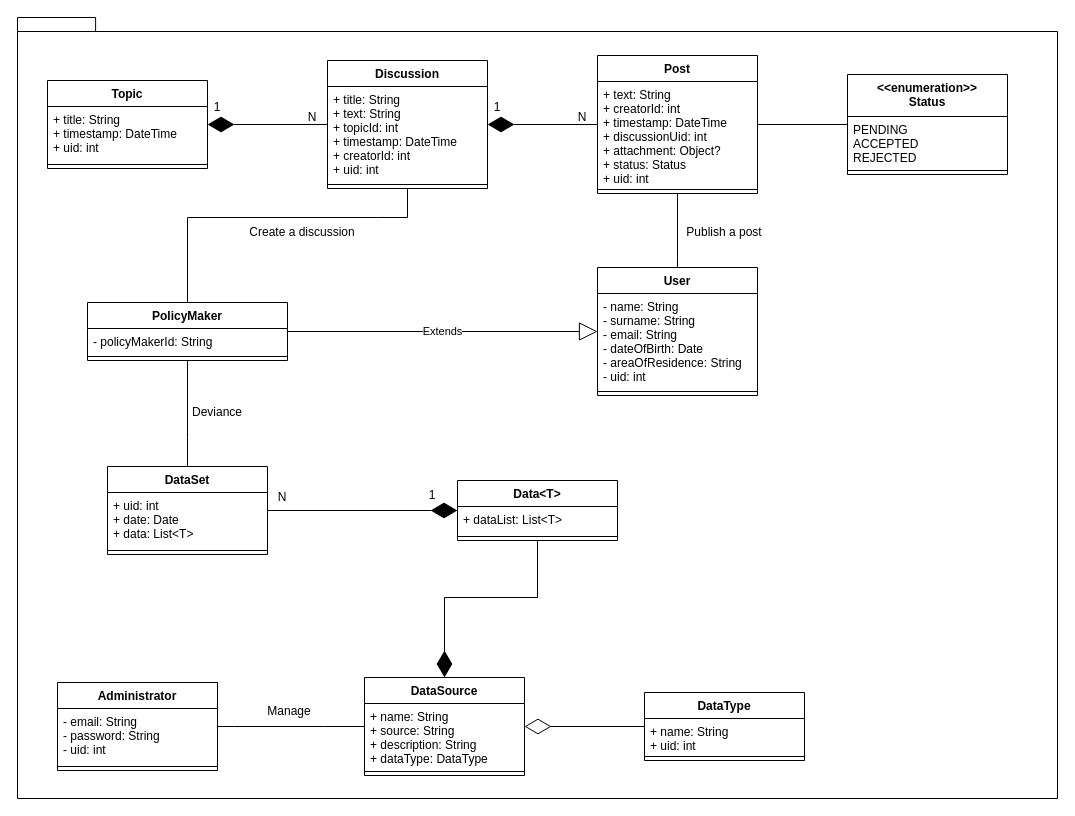
Above: Use cases diagram/ClassDiagram.drawio in matteovisotto/SE2-CecchettoSirianiVisotto (draw.io), before the change. Source tidied: cells renumbered, new cells numbered last; positions are measured from the earlier drawing's top-left corner, leaving out a move shared by most shapes. Both pictures are drawn from the tidied source at 100%, with x=0, y=0 at pixel (17, 17).
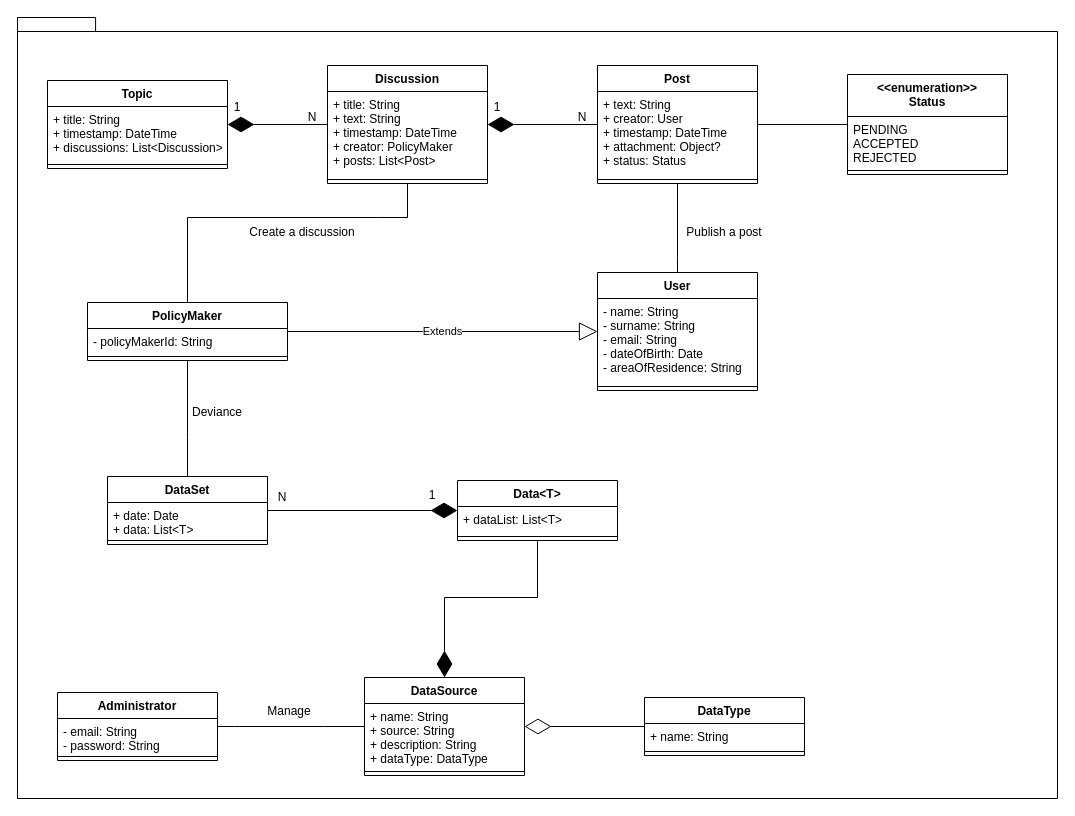
After the change.

Commit message (it also covers changes not shown here):
Update alloy and class diagram.

Diff of the diagram source:
```diff
@@
     <mxCell id="3" value="User" style="swimlane;fontStyle=1;align=center;verticalAlign=top;horizontal=1;startSize=26;" parent="1" vertex="1">
-      <mxGeometry x="580" y="250" width="160" height="128" as="geometry" />
+      <mxGeometry x="580" y="255" width="160" height="118" as="geometry" />
     </mxCell>
-    <mxCell id="4" value="- name: String&#10;- surname: String&#10;- email: String&#10;- dateOfBirth: Date&#10;- areaOfResidence: String&#10;- uid: int" style="text;strokeColor=none;fillColor=none;align=left;verticalAlign=top;spacingLeft=4;spacingRight=4;overflow=hidden;" parent="3" vertex="1">
-      <mxGeometry y="26" width="160" height="94" as="geometry" />
+    <mxCell id="4" value="- name: String&#10;- surname: String&#10;- email: String&#10;- dateOfBirth: Date&#10;- areaOfResidence: String" style="text;strokeColor=none;fillColor=none;align=left;verticalAlign=top;spacingLeft=4;spacingRight=4;overflow=hidden;" parent="3" vertex="1">
+      <mxGeometry y="26" width="160" height="84" as="geometry" />
     </mxCell>
     <mxCell id="5" style="line;strokeWidth=1;fillColor=none;align=left;verticalAlign=middle;spacingTop=-1;spacingLeft=3;spacingRight=3;labelPosition=right;" parent="3" vertex="1">
-      <mxGeometry y="120" width="160" height="8" as="geometry" />
+      <mxGeometry y="110" width="160" height="8" as="geometry" />
     </mxCell>
@@
     <mxCell id="9" value="Administrator" style="swimlane;fontStyle=1;align=center;verticalAlign=top;horizontal=1;startSize=26;" parent="1" vertex="1">
-      <mxGeometry x="40" y="665" width="160" height="88" as="geometry" />
+      <mxGeometry x="40" y="675" width="160" height="68" as="geometry" />
     </mxCell>
-    <mxCell id="10" value="- email: String&#10;- password: String&#10;- uid: int" style="text;strokeColor=none;fillColor=none;align=left;verticalAlign=top;spacingLeft=4;spacingRight=4;overflow=hidden;" parent="9" vertex="1">
-      <mxGeometry y="26" width="160" height="54" as="geometry" />
+    <mxCell id="10" value="- email: String&#10;- password: String" style="text;strokeColor=none;fillColor=none;align=left;verticalAlign=top;spacingLeft=4;spacingRight=4;overflow=hidden;" parent="9" vertex="1">
+      <mxGeometry y="26" width="160" height="34" as="geometry" />
     </mxCell>
     <mxCell id="11" style="line;strokeWidth=1;fillColor=none;align=left;verticalAlign=middle;spacingTop=-1;spacingLeft=3;spacingRight=3;labelPosition=right;" parent="9" vertex="1">
-      <mxGeometry y="80" width="160" height="8" as="geometry" />
+      <mxGeometry y="60" width="160" height="8" as="geometry" />
     </mxCell>
@@
     <mxCell id="13" value="Post" style="swimlane;fontStyle=1;align=center;verticalAlign=top;horizontal=1;startSize=26;" parent="1" vertex="1">
-      <mxGeometry x="580" y="38" width="160" height="138" as="geometry" />
+      <mxGeometry x="580" y="48" width="160" height="118" as="geometry" />
     </mxCell>
-    <mxCell id="14" value="+ text: String&#10;+ creatorId: int&#10;+ timestamp: DateTime&#10;+ discussionUid: int&#10;+ attachment: Object?&#10;+ status: Status&#10;+ uid: int" style="text;strokeColor=none;fillColor=none;align=left;verticalAlign=top;spacingLeft=4;spacingRight=4;overflow=hidden;" parent="13" vertex="1">
-      <mxGeometry y="26" width="160" height="104" as="geometry" />
+    <mxCell id="14" value="+ text: String&#10;+ creator: User&#10;+ timestamp: DateTime&#10;+ attachment: Object?&#10;+ status: Status" style="text;strokeColor=none;fillColor=none;align=left;verticalAlign=top;spacingLeft=4;spacingRight=4;overflow=hidden;" parent="13" vertex="1">
+      <mxGeometry y="26" width="160" height="84" as="geometry" />
     </mxCell>
     <mxCell id="15" style="line;strokeWidth=1;fillColor=none;align=left;verticalAlign=middle;spacingTop=-1;spacingLeft=3;spacingRight=3;labelPosition=right;" parent="13" vertex="1">
-      <mxGeometry y="130" width="160" height="8" as="geometry" />
+      <mxGeometry y="110" width="160" height="8" as="geometry" />
     </mxCell>
     <mxCell id="16" value="Discussion" style="swimlane;fontStyle=1;align=center;verticalAlign=top;horizontal=1;startSize=26;" parent="1" vertex="1">
-      <mxGeometry x="310" y="43" width="160" height="128" as="geometry" />
+      <mxGeometry x="310" y="48" width="160" height="118" as="geometry" />
     </mxCell>
-    <mxCell id="17" value="+ title: String&#10;+ text: String&#10;+ topicId: int&#10;+ timestamp: DateTime&#10;+ creatorId: int&#10;+ uid: int" style="text;strokeColor=none;fillColor=none;align=left;verticalAlign=top;spacingLeft=4;spacingRight=4;overflow=hidden;" parent="16" vertex="1">
-      <mxGeometry y="26" width="160" height="94" as="geometry" />
+    <mxCell id="17" value="+ title: String&#10;+ text: String&#10;+ timestamp: DateTime&#10;+ creator: PolicyMaker&#10;+ posts: List&lt;Post&gt;" style="text;strokeColor=none;fillColor=none;align=left;verticalAlign=top;spacingLeft=4;spacingRight=4;overflow=hidden;" parent="16" vertex="1">
+      <mxGeometry y="26" width="160" height="84" as="geometry" />
     </mxCell>
     <mxCell id="18" style="line;strokeWidth=1;fillColor=none;align=left;verticalAlign=middle;spacingTop=-1;spacingLeft=3;spacingRight=3;labelPosition=right;" parent="16" vertex="1">
-      <mxGeometry y="120" width="160" height="8" as="geometry" />
+      <mxGeometry y="110" width="160" height="8" as="geometry" />
     </mxCell>
     <mxCell id="19" value="Topic" style="swimlane;fontStyle=1;align=center;verticalAlign=top;horizontal=1;startSize=26;" parent="1" vertex="1">
-      <mxGeometry x="30" y="63" width="160" height="88" as="geometry" />
+      <mxGeometry x="30" y="63" width="180" height="88" as="geometry" />
     </mxCell>
-    <mxCell id="20" value="+ title: String&#10;+ timestamp: DateTime&#10;+ uid: int" style="text;strokeColor=none;fillColor=none;align=left;verticalAlign=top;spacingLeft=4;spacingRight=4;overflow=hidden;" parent="19" vertex="1">
-      <mxGeometry y="26" width="160" height="54" as="geometry" />
+    <mxCell id="20" value="+ title: String&#10;+ timestamp: DateTime&#10;+ discussions: List&lt;Discussion&gt;" style="text;strokeColor=none;fillColor=none;align=left;verticalAlign=top;spacingLeft=4;spacingRight=4;overflow=hidden;" parent="19" vertex="1">
+      <mxGeometry y="26" width="180" height="54" as="geometry" />
     </mxCell>
     <mxCell id="21" style="line;strokeWidth=1;fillColor=none;align=left;verticalAlign=middle;spacingTop=-1;spacingLeft=3;spacingRight=3;labelPosition=right;" parent="19" vertex="1">
-      <mxGeometry y="80" width="160" height="8" as="geometry" />
+      <mxGeometry y="80" width="180" height="8" as="geometry" />
     </mxCell>
@@
     <mxCell id="24" value="1" style="text;html=1;strokeColor=none;fillColor=none;align=center;verticalAlign=middle;whiteSpace=wrap;rounded=0;" parent="1" vertex="1">
-      <mxGeometry x="190" y="80" width="20" height="20" as="geometry" />
+      <mxGeometry x="210" y="80" width="20" height="20" as="geometry" />
     </mxCell>
@@
     <mxCell id="35" value="DataSet" style="swimlane;fontStyle=1;align=center;verticalAlign=top;horizontal=1;startSize=26;" parent="1" vertex="1">
-      <mxGeometry x="90" y="449" width="160" height="88" as="geometry" />
+      <mxGeometry x="90" y="459" width="160" height="68" as="geometry" />
     </mxCell>
-    <mxCell id="36" value="+ uid: int&#10;+ date: Date&#10;+ data: List&lt;T&gt;" style="text;strokeColor=none;fillColor=none;align=left;verticalAlign=top;spacingLeft=4;spacingRight=4;overflow=hidden;" parent="35" vertex="1">
-      <mxGeometry y="26" width="160" height="54" as="geometry" />
+    <mxCell id="36" value="+ date: Date&#10;+ data: List&lt;T&gt;" style="text;strokeColor=none;fillColor=none;align=left;verticalAlign=top;spacingLeft=4;spacingRight=4;overflow=hidden;" parent="35" vertex="1">
+      <mxGeometry y="26" width="160" height="34" as="geometry" />
     </mxCell>
     <mxCell id="37" style="line;strokeWidth=1;fillColor=none;align=left;verticalAlign=middle;spacingTop=-1;spacingLeft=3;spacingRight=3;labelPosition=right;" parent="35" vertex="1">
-      <mxGeometry y="80" width="160" height="8" as="geometry" />
+      <mxGeometry y="60" width="160" height="8" as="geometry" />
     </mxCell>
@@
     <mxCell id="40" value="DataType" style="swimlane;fontStyle=1;align=center;verticalAlign=top;horizontal=1;startSize=26;" parent="1" vertex="1">
-      <mxGeometry x="627" y="675" width="160" height="68" as="geometry" />
+      <mxGeometry x="627" y="680" width="160" height="58" as="geometry" />
     </mxCell>
-    <mxCell id="41" value="+ name: String&#10;+ uid: int" style="text;strokeColor=none;fillColor=none;align=left;verticalAlign=top;spacingLeft=4;spacingRight=4;overflow=hidden;" parent="40" vertex="1">
-      <mxGeometry y="26" width="160" height="34" as="geometry" />
+    <mxCell id="41" value="+ name: String&#10;" style="text;strokeColor=none;fillColor=none;align=left;verticalAlign=top;spacingLeft=4;spacingRight=4;overflow=hidden;" parent="40" vertex="1">
+      <mxGeometry y="26" width="160" height="24" as="geometry" />
     </mxCell>
     <mxCell id="42" style="line;strokeWidth=1;fillColor=none;align=left;verticalAlign=middle;spacingTop=-1;spacingLeft=3;spacingRight=3;labelPosition=right;" parent="40" vertex="1">
-      <mxGeometry y="60" width="160" height="8" as="geometry" />
+      <mxGeometry y="50" width="160" height="8" as="geometry" />
     </mxCell>
```
